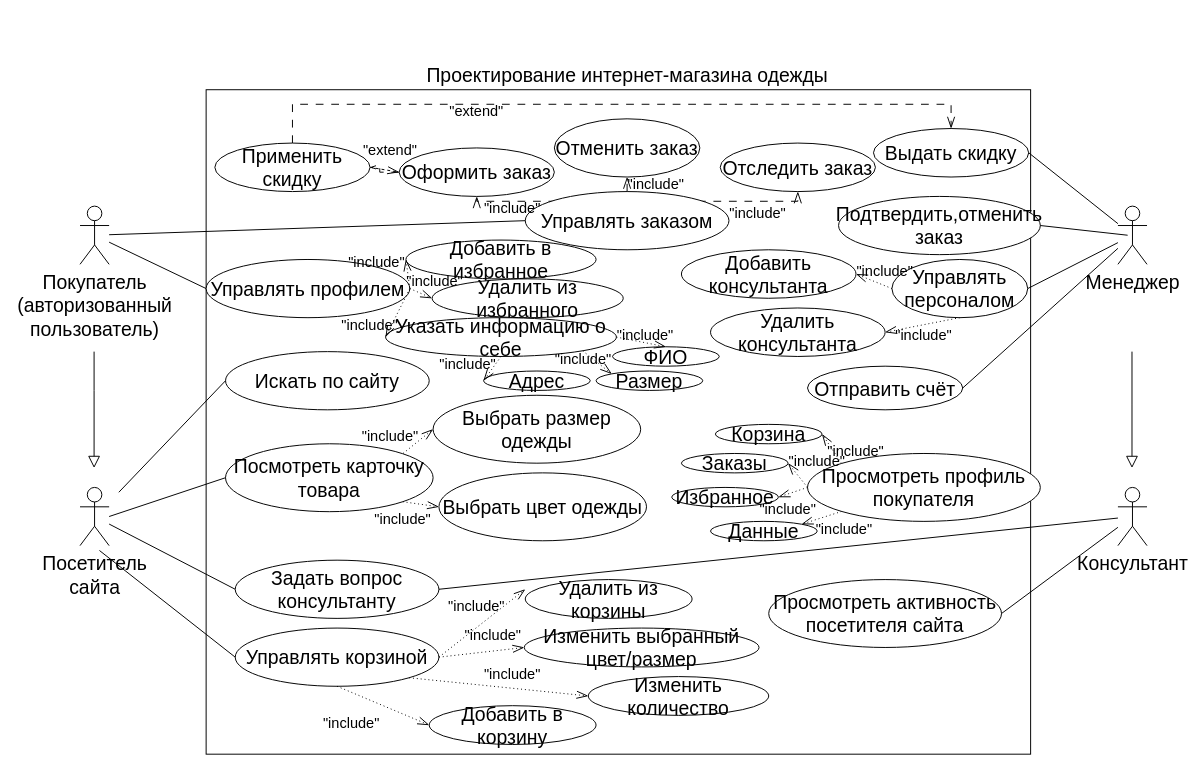
This is Диаграмма без названия.drawio from tssergeev/lflflflf, a draw.io file, before an edit. Source tidied: cells renumbered, new cells numbered last; positions are measured from the earlier drawing's top-left corner, leaving out a move shared by most shapes. Both pictures are drawn from the tidied source at 97%, with x=0, y=0 at pixel (80, 55).
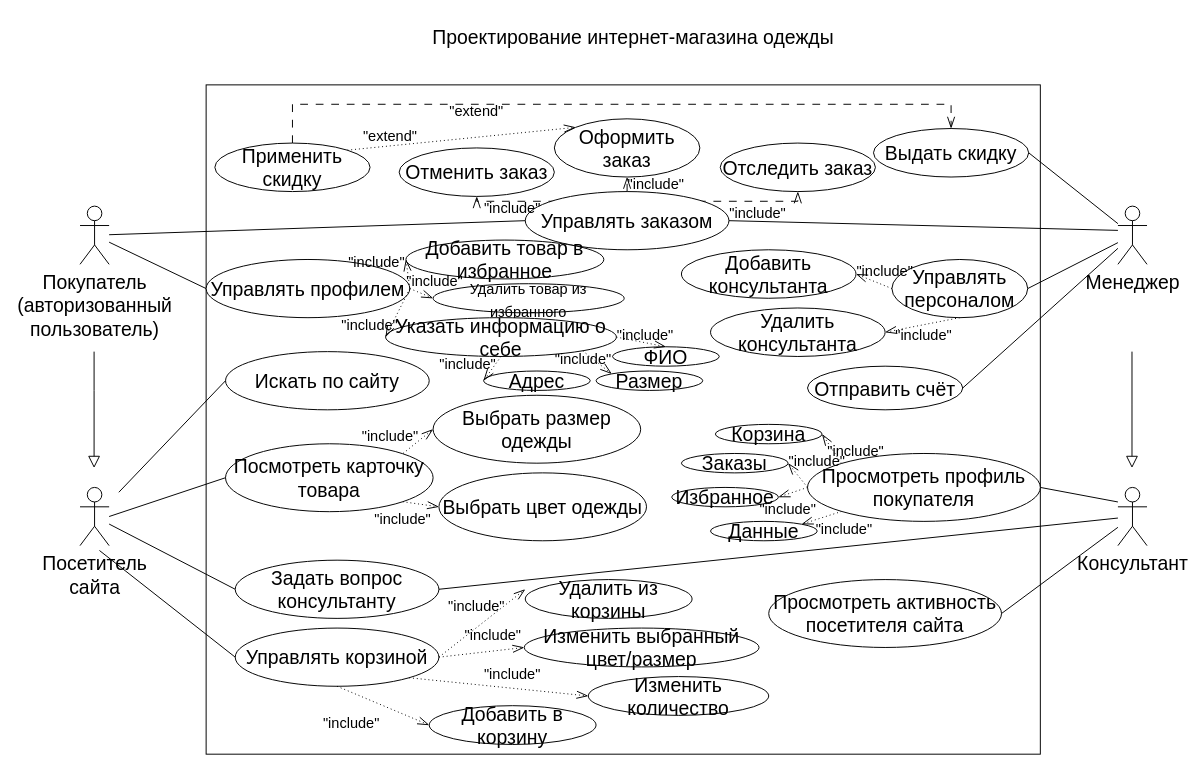
Above is the later version.

Unchanged cells that the change refers to:
```xml
<mxCell id="20" value="Управлять заказом" style="ellipse;whiteSpace=wrap;html=1;fontSize=20;" parent="1" vertex="1">
  <mxGeometry x="459" y="140" width="210" height="60" as="geometry" />
</mxCell>
<mxCell id="42" value="Просмотреть профиль покупателя" style="ellipse;whiteSpace=wrap;html=1;fontSize=20;" parent="1" vertex="1">
  <mxGeometry x="750" y="410" width="240" height="70" as="geometry" />
</mxCell>
<mxCell id="59" value="Применить скидку" style="ellipse;whiteSpace=wrap;html=1;fontSize=20;" parent="1" vertex="1">
  <mxGeometry x="139" y="90" width="160" height="50" as="geometry" />
</mxCell>
```

Diff of the diagram source:
```diff
@@
     <mxCell id="2" value="&lt;font style=&quot;font-size: 20px;&quot;&gt;Проектирование интернет-магазина одежды&lt;/font&gt;" style="text;html=1;align=center;verticalAlign=middle;strokeColor=none;fillColor=none;" parent="1" vertex="1">
-      <mxGeometry x="364" width="400" height="40" as="geometry" />
+      <mxGeometry x="370" y="-40" width="400" height="40" as="geometry" />
     </mxCell>
     <mxCell id="3" style="rounded=0;whiteSpace=wrap;html=1;fontSize=20;" parent="1" vertex="1">
-      <mxGeometry x="130" y="35" width="850" height="685" as="geometry" />
+      <mxGeometry x="130" y="30" width="860" height="690" as="geometry" />
     </mxCell>
@@
-    <mxCell id="28" style="edgeStyle=orthogonalEdgeStyle;rounded=0;jettySize=auto;html=1;dashed=1;dashPattern=8 8;strokeWidth=1;fontSize=15;endArrow=openThin;endFill=0;endSize=4;" parent="1" edge="1" source="29" target="59">
-      <mxGeometry relative="1" as="geometry" />
-    </mxCell>
-    <mxCell id="29" value="Оформить заказ" style="ellipse;whiteSpace=wrap;html=1;fontSize=20;" parent="1" vertex="1">
+    <mxCell id="29" value="Отменить заказ" style="ellipse;whiteSpace=wrap;html=1;fontSize=20;" parent="1" vertex="1">
       <mxGeometry x="329" y="95" width="160" height="50" as="geometry" />
     </mxCell>
@@
-    <mxCell id="31" value="Отменить заказ" style="ellipse;whiteSpace=wrap;html=1;fontSize=20;" parent="1" vertex="1">
+    <mxCell id="31" value="Оформить заказ" style="ellipse;whiteSpace=wrap;html=1;fontSize=20;" parent="1" vertex="1">
       <mxGeometry x="489" y="65" width="150" height="60" as="geometry" />
     </mxCell>
@@
-    <mxCell id="40" value="&lt;div&gt;Подтвердить,отменить заказ&lt;br&gt;&lt;/div&gt;" style="ellipse;whiteSpace=wrap;html=1;fontSize=20;" parent="1" vertex="1">
-      <mxGeometry x="782" y="145" width="208" height="60" as="geometry" />
-    </mxCell>
-    <mxCell id="41" style="endArrow=none;html=1;rounded=0;strokeWidth=1;fontSize=20;endSize=10;exitX=1;exitY=0.5;exitDx=0;exitDy=0;" parent="1" edge="1" source="40">
-      <mxGeometry relative="1" as="geometry">
-        <mxPoint x="1080" y="185" as="targetPoint" />
-      </mxGeometry>
-    </mxCell>
@@
-    <mxCell id="47" value="Добавить в избранное" style="ellipse;whiteSpace=wrap;html=1;fontSize=20;" parent="1" vertex="1">
-      <mxGeometry x="336" y="190" width="196" height="40" as="geometry" />
+    <mxCell id="47" value="Добавить товар в избранное" style="ellipse;whiteSpace=wrap;html=1;fontSize=20;" parent="1" vertex="1">
+      <mxGeometry x="336" y="190" width="204" height="40" as="geometry" />
     </mxCell>
@@
-    <mxCell id="52" value="Удалить из избранного" style="ellipse;whiteSpace=wrap;html=1;fontSize=20;" parent="1" vertex="1">
-      <mxGeometry x="363" y="230" width="197" height="40" as="geometry" />
+    <mxCell id="52" value="&lt;font style=&quot;font-size: 15px;&quot;&gt;Удалить товар из избранного&lt;/font&gt;" style="ellipse;whiteSpace=wrap;html=1;fontSize=20;" parent="1" vertex="1">
+      <mxGeometry x="364" y="235" width="197" height="30" as="geometry" />
     </mxCell>
@@
-    <mxCell id="61" style="endArrow=openThin;dashed=1;html=1;rounded=0;strokeWidth=1;fontSize=20;endSize=10;exitX=1;exitY=0.5;exitDx=0;exitDy=0;entryX=0;entryY=0.5;entryDx=0;entryDy=0;endFill=0;" parent="1" edge="1" source="59" target="29">
-      <mxGeometry relative="1" as="geometry" />
-    </mxCell>
@@
     <mxCell id="63" value="&lt;font style=&quot;font-size: 15px;&quot;&gt;&quot;extend&quot;&lt;/font&gt;" style="text;html=1;strokeColor=none;fillColor=none;align=center;verticalAlign=middle;whiteSpace=wrap;rounded=0;fontSize=20;" parent="1" vertex="1">
-      <mxGeometry x="290" y="80" width="60" height="30" as="geometry" />
+      <mxGeometry x="290" y="65" width="60" height="30" as="geometry" />
     </mxCell>
@@
+    <mxCell id="103" style="endArrow=openThin;dashed=1;html=1;dashPattern=1 3;strokeWidth=1;rounded=0;fontSize=15;endSize=10;entryX=0;entryY=0;entryDx=0;entryDy=0;endFill=0;exitX=1;exitY=0;exitDx=0;exitDy=0;" parent="1" edge="1" source="59" target="31">
+      <mxGeometry relative="1" as="geometry" />
+    </mxCell>
+    <mxCell id="104" style="endArrow=none;html=1;rounded=0;fontSize=15;entryX=1;entryY=0.5;entryDx=0;entryDy=0;" parent="1" edge="1" target="42">
+      <mxGeometry relative="1" as="geometry">
+        <mxPoint x="1070" y="460" as="sourcePoint" />
+      </mxGeometry>
+    </mxCell>
+    <mxCell id="105" style="endArrow=none;html=1;rounded=0;fontSize=15;entryX=1;entryY=0.5;entryDx=0;entryDy=0;" parent="1" edge="1" target="20">
+      <mxGeometry relative="1" as="geometry">
+        <mxPoint x="1070" y="180" as="sourcePoint" />
+      </mxGeometry>
+    </mxCell>
```
